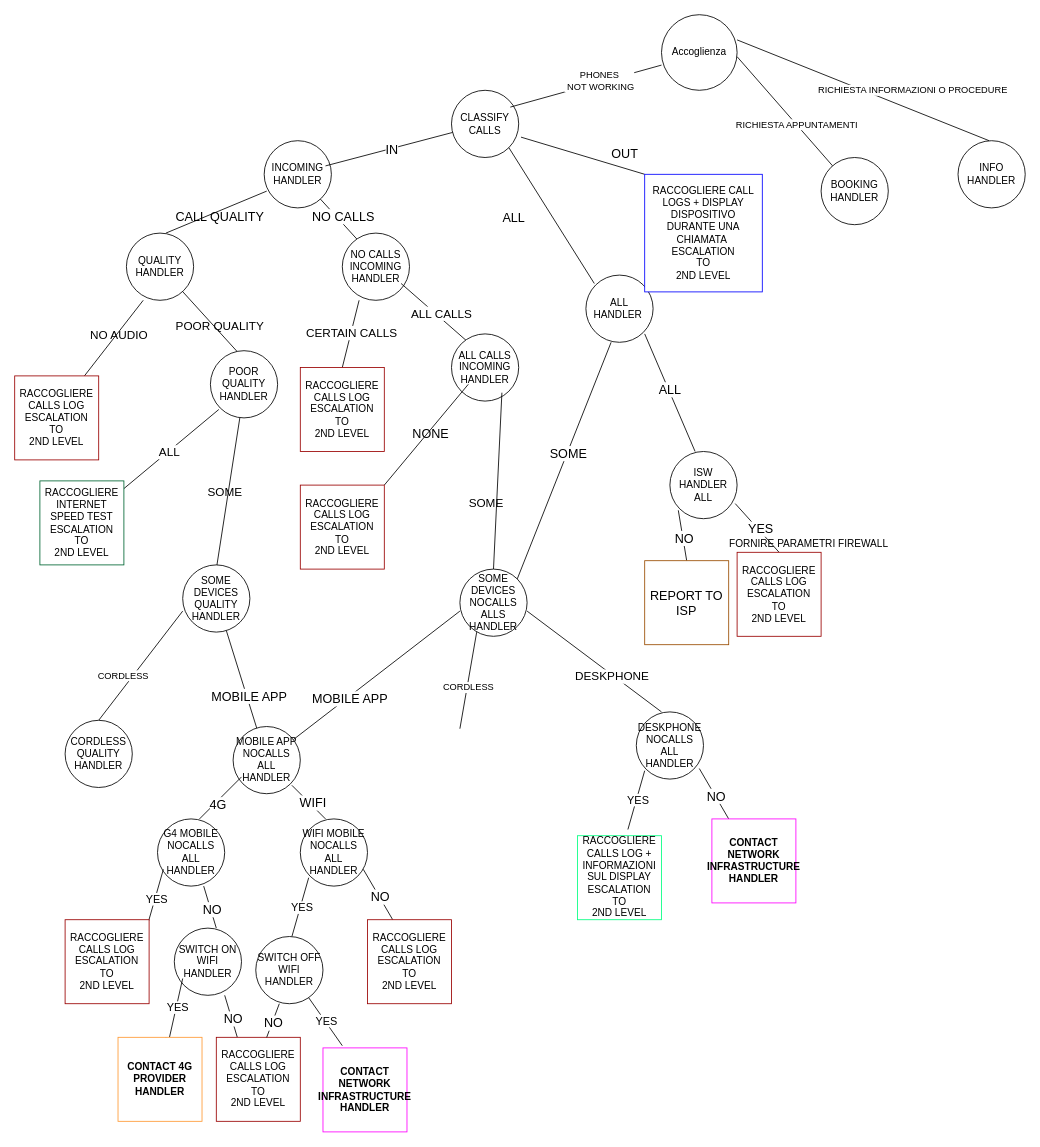
This is Diagramma senza titolo.drawio from gormitiliberi/serverless-rag-demo, a draw.io file, before an edit. Source tidied: cells renumbered, new cells numbered last; positions are measured from the earlier drawing's top-left corner, leaving out a move shared by most shapes. Both pictures are drawn from the tidied source at 84%, with x=0, y=0 at pixel (14, 14).
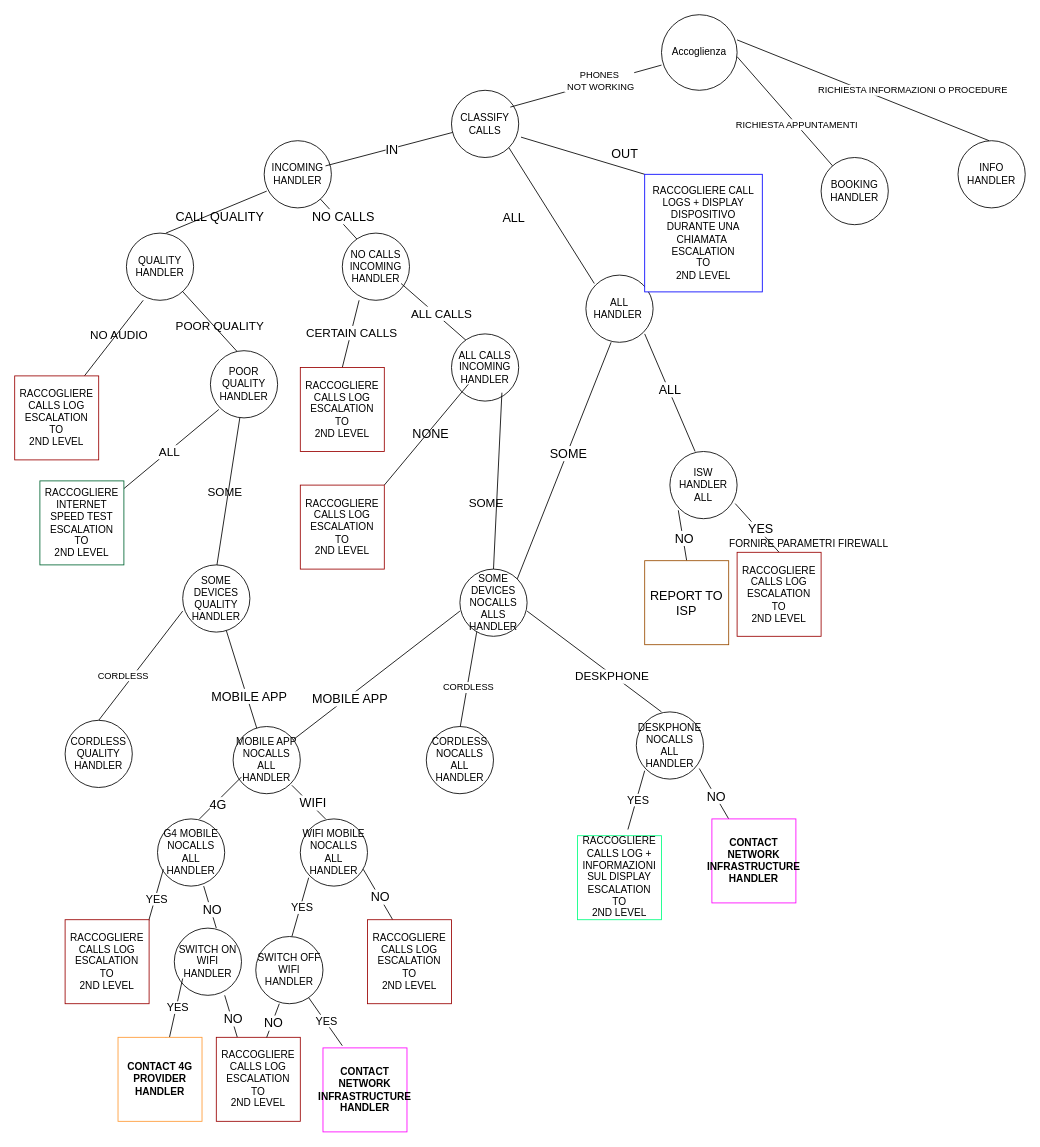
After the change.

Change to the diagram source:
```diff
@@
+    <mxCell id="113" value="CORDLESS NOCALLS ALL HANDLER" style="ellipse;whiteSpace=wrap;html=1;" parent="1" vertex="1">
+      <mxGeometry x="490" y="847.4" width="80" height="80" as="geometry" />
+    </mxCell>
```
